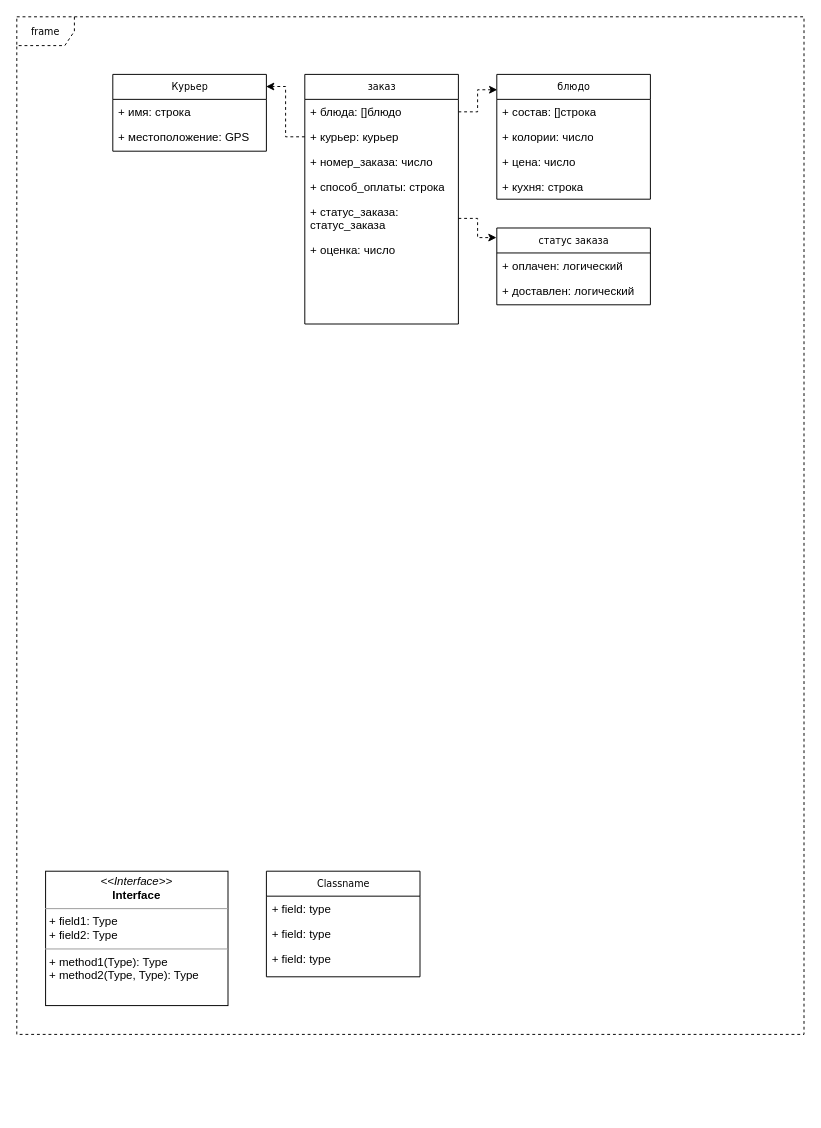
The draw.io diagram Classes.drawio in randomunrandom/PI, before the edit. Source tidied: cells renumbered, new cells numbered last; positions are measured from the earlier drawing's top-left corner, leaving out a move shared by most shapes. Both pictures are drawn from the tidied source at 96%, with x=0, y=0 at pixel (16, 16).
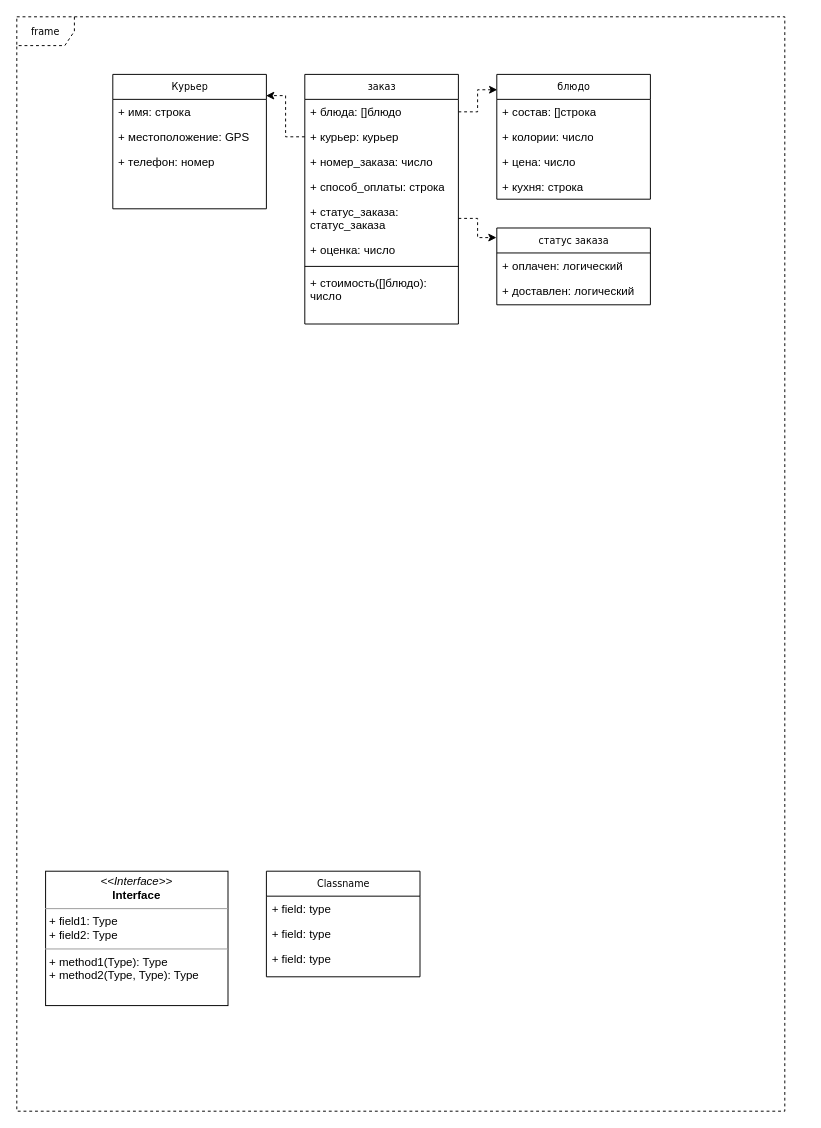
After the change.

Unchanged cells that the change refers to:
```xml
<mxCell id="9" value="заказ" style="swimlane;html=1;fontStyle=0;horizontal=1;startSize=26;fillColor=none;swimlaneFillColor=#ffffff;rounded=0;shadow=0;comic=0;labelBackgroundColor=none;strokeColor=#000000;strokeWidth=1;fontFamily=Verdana;fontSize=10;fontColor=#000000;align=center;" parent="1" vertex="1">
  <mxGeometry x="300" y="60" width="160" height="260" as="geometry" />
</mxCell>
```

Diff of the diagram source:
```diff
@@
     <mxCell id="2" value="frame" style="shape=umlFrame;whiteSpace=wrap;html=1;rounded=0;shadow=0;comic=0;labelBackgroundColor=none;strokeColor=#000000;strokeWidth=1;fillColor=#ffffff;fontFamily=Verdana;fontSize=10;fontColor=#000000;align=center;dashed=1;" parent="1" vertex="1">
-      <mxGeometry width="820" height="1060" as="geometry" />
+      <mxGeometry width="800" height="1140" as="geometry" />
     </mxCell>
@@
+    <mxCell id="29" style="line;strokeWidth=1;fillColor=none;align=left;verticalAlign=middle;spacingTop=-1;spacingLeft=3;spacingRight=3;labelPosition=right;" parent="9" vertex="1">
+      <mxGeometry y="196" width="160" height="8" as="geometry" />
+    </mxCell>
+    <mxCell id="30" value="+ стоимость([]блюдо):&#10; число" style="text;strokeColor=none;fillColor=none;align=left;verticalAlign=top;spacingLeft=4;spacingRight=4;overflow=hidden;" parent="9" vertex="1">
+      <mxGeometry y="204" width="160" height="36" as="geometry" />
+    </mxCell>
     <mxCell id="16" value="Курьер" style="swimlane;html=1;fontStyle=0;horizontal=1;startSize=26;fillColor=none;swimlaneFillColor=#ffffff;rounded=0;shadow=0;comic=0;labelBackgroundColor=none;strokeColor=#000000;strokeWidth=1;fontFamily=Verdana;fontSize=10;fontColor=#000000;align=center;" parent="1" vertex="1">
-      <mxGeometry x="100" y="60" width="160" height="80" as="geometry" />
+      <mxGeometry x="100" y="60" width="160" height="140" as="geometry" />
     </mxCell>
@@
+    <mxCell id="31" value="+ телефон: номер" style="text;html=1;strokeColor=none;fillColor=none;align=left;verticalAlign=top;spacingLeft=4;spacingRight=4;whiteSpace=wrap;overflow=hidden;" parent="16" vertex="1">
+      <mxGeometry y="78" width="160" height="26" as="geometry" />
+    </mxCell>
```
